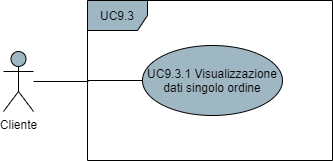
Earlier version of the draw.io export DocumentazioneEsterna/AnalisiDeiRequisiti/res/UseCase/Immagini/VisualizzazioneOrdini.png (Omicron-Team/Documentazione). Source tidied: cells renumbered, new cells last; positions are measured from the earlier drawing's top-left corner, leaving out a move shared by most shapes.
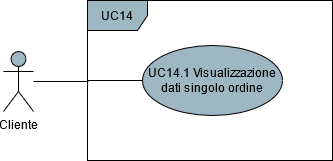
The same file after the commit.

Change to the diagram source:
```diff
@@ -8,10 +8,10 @@
     <mxCell id="3" value="Cliente" style="shape=umlActor;verticalLabelPosition=bottom;verticalAlign=top;html=1;fillColor=#9FB6C3;" parent="1" vertex="1">
       <mxGeometry y="51" width="30" height="60" as="geometry" />
     </mxCell>
-    <mxCell id="4" value="UC9.3" style="shape=umlFrame;whiteSpace=wrap;html=1;fillColor=#9FB6C3;" parent="1" vertex="1">
+    <mxCell id="4" value="UC14" style="shape=umlFrame;whiteSpace=wrap;html=1;fillColor=#9FB6C3;" parent="1" vertex="1">
       <mxGeometry x="84" width="245" height="160" as="geometry" />
     </mxCell>
-    <mxCell id="5" value="UC9.3.1 Visualizzazione dati singolo ordine" style="ellipse;whiteSpace=wrap;html=1;fillColor=#9FB6C3;" parent="1" vertex="1">
+    <mxCell id="5" value="UC14.1 Visualizzazione dati singolo ordine" style="ellipse;whiteSpace=wrap;html=1;fillColor=#9FB6C3;" parent="1" vertex="1">
       <mxGeometry x="139" y="45" width="140" height="70" as="geometry" />
     </mxCell>
   </root>
```
